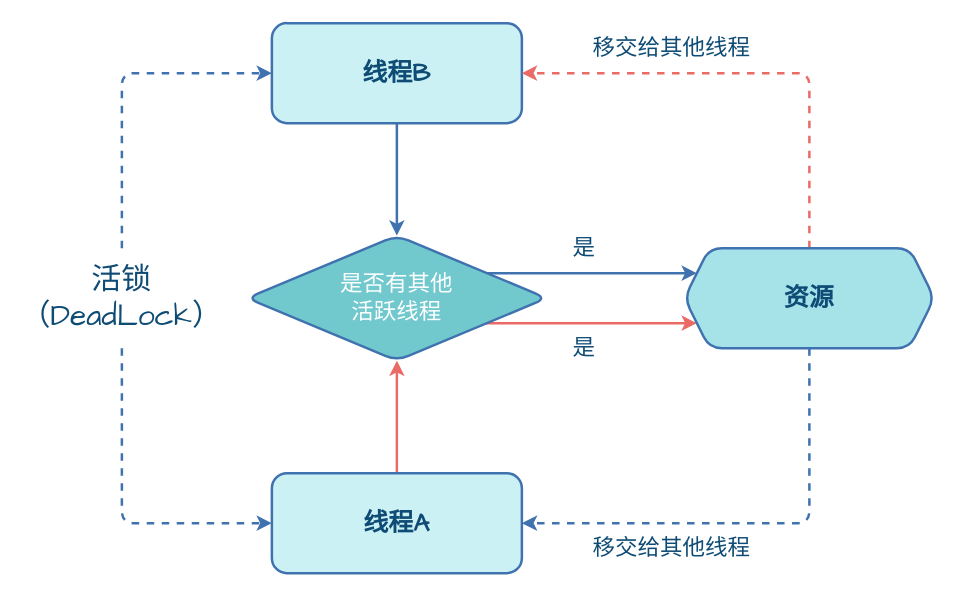
Earlier version of the draw.io diagram page "活锁" (6 of 7) of assets/Java/JavaCore/并发/Java并发之线程.drawio (dunwu/waterdrop). Source tidied: cells renumbered, new cells numbered last; positions are measured from the earlier drawing's top-left corner, leaving out a move shared by most shapes. Both pictures are drawn from the tidied source at 125%, with x=0, y=0 at pixel (21, 22).
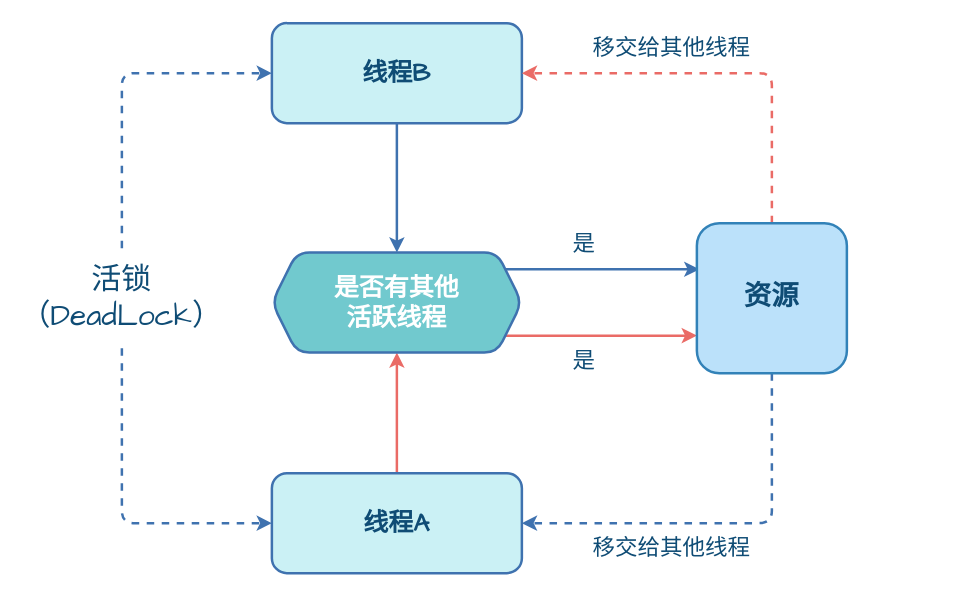
The same page after the edit.

The change refers to these unchanged cells:
```xml
<mxCell id="3" value="线程A" style="rounded=1;whiteSpace=wrap;html=1;hachureGap=4;strokeColor=#3F72AF;fontFamily=Comic Sans MS;fontSize=20;fillColor=#CBF1F5;fontStyle=1;shadow=0;fontColor=#0F4C75;strokeWidth=2;" parent="1" vertex="1">
  <mxGeometry x="200" y="360" width="200" height="80" as="geometry" />
</mxCell>
<mxCell id="8" value="线程B" style="rounded=1;whiteSpace=wrap;html=1;hachureGap=4;strokeColor=#3F72AF;fontFamily=Comic Sans MS;fontSize=20;fillColor=#CBF1F5;fontStyle=1;shadow=0;fontColor=#0F4C75;strokeWidth=2;" parent="1" vertex="1">
  <mxGeometry x="200" width="200" height="80" as="geometry" />
</mxCell>
<mxCell id="20" style="rounded=0;whiteSpace=wrap;html=1;shadow=0;hachureGap=4;strokeColor=none;strokeWidth=2;align=center;verticalAlign=middle;fontFamily=Comic Sans MS;fontSize=20;fontColor=#0F4C75;fillColor=none;" parent="1" vertex="1">
  <mxGeometry x="540" y="200" width="60" height="40" as="geometry" />
</mxCell>
```

What changed in the source:
```diff
@@
+    <mxCell id="19" style="rounded=0;whiteSpace=wrap;html=1;shadow=0;hachureGap=4;strokeColor=none;strokeWidth=2;align=center;verticalAlign=middle;fontFamily=Comic Sans MS;fontSize=20;fontColor=#0F4C75;fillColor=none;" parent="1" vertex="1">
+      <mxGeometry x="300" y="197" width="60" height="53" as="geometry" />
+    </mxCell>
-    <mxCell id="2" style="edgeStyle=orthogonalEdgeStyle;shape=connector;rounded=1;jettySize=auto;html=1;entryX=0.5;entryY=1;entryDx=0;entryDy=0;shadow=0;labelBackgroundColor=default;strokeColor=#EA6B66;strokeWidth=2;align=center;verticalAlign=middle;fontFamily=Comic Sans MS;fontSize=20;fontColor=#0F4C75;startArrow=none;startFill=0;endArrow=classic;" parent="1" edge="1" source="3" target="6">
+    <mxCell id="2" style="edgeStyle=orthogonalEdgeStyle;shape=connector;rounded=1;jettySize=auto;html=1;shadow=0;labelBackgroundColor=default;strokeColor=#EA6B66;strokeWidth=2;align=center;verticalAlign=middle;fontFamily=Comic Sans MS;fontSize=20;fontColor=#0F4C75;startArrow=none;startFill=0;endArrow=classic;" parent="1" edge="1" source="3" target="6">
       <mxGeometry relative="1" as="geometry" />
     </mxCell>
@@
-    <mxCell id="4" style="shape=connector;rounded=1;jettySize=auto;html=1;shadow=0;labelBackgroundColor=default;strokeColor=#3F72AF;strokeWidth=2;align=center;verticalAlign=middle;fontFamily=Comic Sans MS;fontSize=20;fontColor=#0F4C75;startArrow=none;startFill=0;endArrow=classic;entryX=0;entryY=0;entryDx=0;entryDy=0;exitX=1;exitY=0;exitDx=0;exitDy=0;" parent="1" edge="1" source="19" target="20">
+    <mxCell id="4" style="shape=connector;rounded=1;jettySize=auto;html=1;shadow=0;labelBackgroundColor=default;strokeColor=#3F72AF;strokeWidth=2;align=center;verticalAlign=middle;fontFamily=Comic Sans MS;fontSize=20;fontColor=#0F4C75;startArrow=none;startFill=0;endArrow=classic;entryX=0.017;entryY=0.308;entryDx=0;entryDy=0;exitX=1;exitY=0;exitDx=0;exitDy=0;entryPerimeter=0;" parent="1" edge="1" source="19" target="11">
       <mxGeometry relative="1" as="geometry" />
     </mxCell>
-    <mxCell id="5" style="shape=connector;rounded=1;jettySize=auto;html=1;entryX=0;entryY=1;entryDx=0;entryDy=0;shadow=0;labelBackgroundColor=default;strokeColor=#EA6B66;strokeWidth=2;align=center;verticalAlign=middle;fontFamily=Comic Sans MS;fontSize=20;fontColor=#0F4C75;startArrow=none;startFill=0;endArrow=classic;exitX=1.033;exitY=1.001;exitDx=0;exitDy=0;exitPerimeter=0;" parent="1" edge="1" source="19" target="20">
+    <mxCell id="5" style="shape=connector;rounded=1;jettySize=auto;html=1;entryX=0;entryY=0.75;entryDx=0;entryDy=0;shadow=0;labelBackgroundColor=default;strokeColor=#EA6B66;strokeWidth=2;align=center;verticalAlign=middle;fontFamily=Comic Sans MS;fontSize=20;fontColor=#0F4C75;startArrow=none;startFill=0;endArrow=classic;exitX=1.033;exitY=1.001;exitDx=0;exitDy=0;exitPerimeter=0;" parent="1" edge="1" source="19" target="11">
       <mxGeometry relative="1" as="geometry" />
     </mxCell>
-    <mxCell id="6" value="是否有其他&lt;br&gt;活跃线程" style="rhombus;whiteSpace=wrap;html=1;rounded=1;shadow=0;strokeColor=#3F72AF;strokeWidth=2;align=center;verticalAlign=middle;spacingTop=5;spacingBottom=5;fontFamily=Comic Sans MS;fontSize=18;fontColor=#FFFFFF;fillColor=#71C9CE;" parent="1" vertex="1">
-      <mxGeometry x="180" y="170" width="240" height="100" as="geometry" />
-    </mxCell>
-    <mxCell id="7" style="edgeStyle=orthogonalEdgeStyle;shape=connector;rounded=1;jettySize=auto;html=1;shadow=0;labelBackgroundColor=default;strokeColor=#3F72AF;strokeWidth=2;align=center;verticalAlign=middle;fontFamily=Comic Sans MS;fontSize=20;fontColor=#0F4C75;startArrow=none;startFill=0;endArrow=classic;" parent="1" edge="1" source="8" target="6">
+    <mxCell id="7" style="edgeStyle=orthogonalEdgeStyle;shape=connector;rounded=1;jettySize=auto;html=1;shadow=0;labelBackgroundColor=default;strokeColor=#3F72AF;strokeWidth=2;align=center;verticalAlign=middle;fontFamily=Comic Sans MS;fontSize=20;fontColor=#0F4C75;startArrow=none;startFill=0;endArrow=classic;entryX=0.5;entryY=0;entryDx=0;entryDy=0;" parent="1" edge="1" source="8" target="6">
       <mxGeometry relative="1" as="geometry" />
     </mxCell>
@@
-    <mxCell id="11" value="资源" style="shape=hexagon;perimeter=hexagonPerimeter2;whiteSpace=wrap;html=1;fixedSize=1;rounded=1;shadow=0;strokeColor=#3F72AF;strokeWidth=2;align=center;verticalAlign=middle;spacingTop=5;spacingBottom=5;fontFamily=Comic Sans MS;fontSize=20;fontColor=#0F4C75;fillColor=#A6E3E9;fontStyle=1;" parent="1" vertex="1">
-      <mxGeometry x="530" y="180" width="200" height="80" as="geometry" />
-    </mxCell>
     <mxCell id="12" value="是" style="rounded=1;whiteSpace=wrap;html=1;hachureGap=4;strokeColor=none;fontFamily=Comic Sans MS;fontSize=18;fillColor=none;fontStyle=0;shadow=0;fontColor=#0F4C75;strokeWidth=2;dashed=1;" parent="1" vertex="1">
-      <mxGeometry x="410" y="160" width="80" height="40" as="geometry" />
+      <mxGeometry x="410" y="157" width="80" height="40" as="geometry" />
     </mxCell>
     <mxCell id="13" value="是" style="rounded=1;whiteSpace=wrap;html=1;hachureGap=4;strokeColor=none;fontFamily=Comic Sans MS;fontSize=18;fillColor=none;fontStyle=0;shadow=0;fontColor=#0F4C75;strokeWidth=2;dashed=1;" parent="1" vertex="1">
-      <mxGeometry x="410" y="240" width="80" height="40" as="geometry" />
+      <mxGeometry x="410" y="250" width="80" height="40" as="geometry" />
     </mxCell>
@@
-    <mxCell id="19" style="rounded=0;whiteSpace=wrap;html=1;shadow=0;hachureGap=4;strokeColor=none;strokeWidth=2;align=center;verticalAlign=middle;fontFamily=Comic Sans MS;fontSize=20;fontColor=#0F4C75;fillColor=none;" parent="1" vertex="1">
-      <mxGeometry x="300" y="200" width="60" height="40" as="geometry" />
-    </mxCell>
@@
+    <mxCell id="6" value="是否有其他&lt;br&gt;活跃线程" style="shape=hexagon;perimeter=hexagonPerimeter2;whiteSpace=wrap;html=1;fixedSize=1;rounded=1;shadow=0;strokeColor=#3F72AF;strokeWidth=2;align=center;verticalAlign=middle;spacingTop=5;spacingBottom=5;fontFamily=Comic Sans MS;fontSize=20;fontColor=#FFFFFF;fillColor=#71C9CE;fontStyle=1;" parent="1" vertex="1">
+      <mxGeometry x="200" y="183.5" width="200" height="80" as="geometry" />
+    </mxCell>
+    <mxCell id="11" value="资源" style="rounded=1;whiteSpace=wrap;html=1;hachureGap=4;strokeColor=#3282B8;fontFamily=Comic Sans MS;fontSize=22;fillColor=#BBE1FA;fontStyle=1;shadow=0;fontColor=#0F4C75;strokeWidth=2;" parent="1" vertex="1">
+      <mxGeometry x="540" y="160" width="120" height="120" as="geometry" />
+    </mxCell>
```
